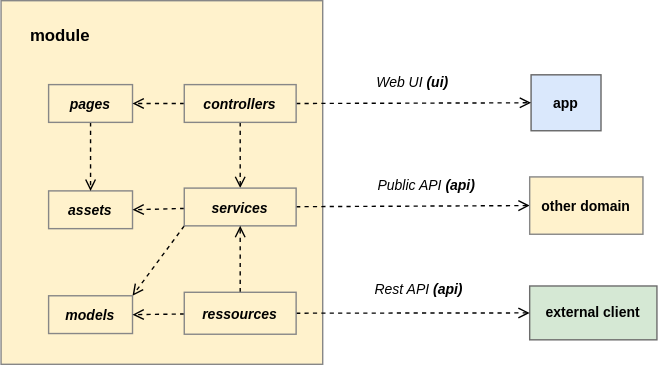
Before: docs/diagrams/pigal_module_structure.drawio.svg, a diagram exported from draw.io (MalcomChumchouaPenda/Pigal-Flask). Source tidied: cells renumbered, new cells last; positions are measured from the earlier drawing's top-left corner, leaving out a move shared by most shapes.
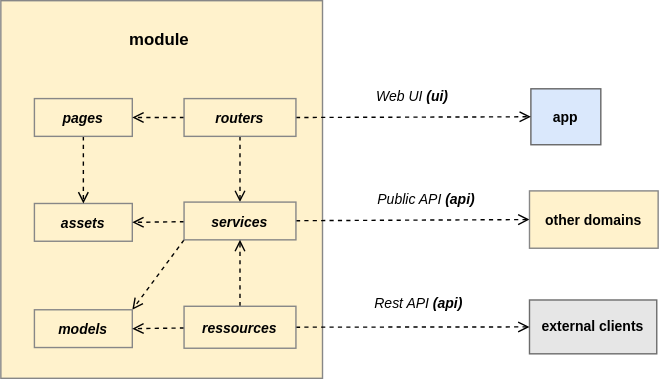
Later version of the same file.

The edit, as a diff of the source:
```diff
@@ -3,24 +3,24 @@
     <mxCell id="0" />
     <mxCell id="1" parent="0" />
     <mxCell id="2" style="rounded=0;whiteSpace=wrap;html=1;fillColor=#FFF2CC;strokeColor=#878787;fontSize=12;" parent="1" vertex="1">
-      <mxGeometry width="230" height="260" as="geometry" />
+      <mxGeometry y="-10" width="230" height="270" as="geometry" />
     </mxCell>
     <mxCell id="3" value="module" style="text;html=1;strokeColor=none;fillColor=none;align=center;verticalAlign=middle;whiteSpace=wrap;rounded=0;fontStyle=1;fontSize=12;" parent="1" vertex="1">
-      <mxGeometry x="12" y="10" width="61" height="30" as="geometry" />
+      <mxGeometry x="82.5" y="3" width="61" height="30" as="geometry" />
     </mxCell>
     <mxCell id="4" value="assets" style="rounded=0;whiteSpace=wrap;html=1;fillColor=none;fontStyle=3;fontSize=10;strokeColor=#878787;strokeWidth=1;flipV=1;" parent="1" vertex="1">
-      <mxGeometry x="34" y="136" width="60" height="27" as="geometry" />
+      <mxGeometry x="24" y="135" width="70" height="27" as="geometry" />
     </mxCell>
     <mxCell id="5" style="edgeStyle=none;html=1;entryX=0.5;entryY=0;entryDx=0;entryDy=0;dashed=1;endArrow=open;endFill=0;" parent="1" edge="1" source="6" target="4">
       <mxGeometry relative="1" as="geometry" />
     </mxCell>
     <mxCell id="6" value="pages" style="rounded=0;whiteSpace=wrap;html=1;fillColor=none;fontStyle=3;fontSize=10;strokeColor=#878787;strokeWidth=1;flipV=1;" parent="1" vertex="1">
-      <mxGeometry x="34" y="60" width="60" height="27" as="geometry" />
+      <mxGeometry x="24" y="60" width="70" height="27" as="geometry" />
     </mxCell>
     <mxCell id="7" value="app" style="rounded=0;whiteSpace=wrap;html=1;fillColor=#dae8fc;fontStyle=1;fontSize=10;strokeColor=#666666;strokeWidth=1;" parent="1" vertex="1">
       <mxGeometry x="379" y="53" width="50" height="40" as="geometry" />
     </mxCell>
-    <mxCell id="8" value="external client" style="rounded=0;whiteSpace=wrap;html=1;fillColor=#d5e8d4;fontStyle=1;fontSize=10;strokeColor=#6C6C6C;strokeWidth=1;" parent="1" vertex="1">
+    <mxCell id="8" value="external clients" style="rounded=0;whiteSpace=wrap;html=1;fillColor=#E6E6E6;fontStyle=1;fontSize=10;strokeColor=#6C6C6C;strokeWidth=1;" parent="1" vertex="1">
       <mxGeometry x="378" y="204" width="91" height="38.5" as="geometry" />
     </mxCell>
     <mxCell id="9" style="edgeStyle=none;html=1;exitX=0.5;exitY=1;exitDx=0;exitDy=0;entryX=0.5;entryY=0;entryDx=0;entryDy=0;dashed=1;endArrow=open;endFill=0;" parent="1" edge="1" source="12" target="16">
@@ -48,7 +48,7 @@
       <mxGeometry x="131" y="134" width="80" height="27" as="geometry" />
     </mxCell>
     <mxCell id="17" value="models" style="rounded=0;whiteSpace=wrap;html=1;fillColor=none;fontStyle=3;fontSize=10;strokeColor=#878787;strokeWidth=1;flipV=1;" parent="1" vertex="1">
-      <mxGeometry x="34" y="211" width="60" height="27" as="geometry" />
+      <mxGeometry x="24" y="211" width="70" height="27" as="geometry" />
     </mxCell>
     <mxCell id="18" value="&lt;span style=&quot;font-weight: normal;&quot;&gt;Web UI &lt;/span&gt;(ui)" style="rounded=0;whiteSpace=wrap;html=1;fillColor=none;fontStyle=3;fontSize=10;strokeColor=none;strokeWidth=1;dashed=1;" parent="1" vertex="1">
       <mxGeometry x="259" y="44" width="71" height="27" as="geometry" />
@@ -65,8 +65,8 @@
     <mxCell id="22" value="ressources" style="rounded=0;whiteSpace=wrap;html=1;fillColor=none;fontStyle=3;fontSize=10;strokeColor=#878787;strokeWidth=1;flipV=1;" parent="1" vertex="1">
       <mxGeometry x="131" y="208.5" width="80" height="30" as="geometry" />
     </mxCell>
-    <mxCell id="23" value="other domain" style="rounded=0;whiteSpace=wrap;html=1;fillColor=#FFF2CC;fontStyle=1;fontSize=10;strokeColor=#878787;strokeWidth=1;flipV=1;" parent="1" vertex="1">
-      <mxGeometry x="378" y="126" width="81" height="41" as="geometry" />
+    <mxCell id="23" value="other domains" style="rounded=0;whiteSpace=wrap;html=1;fillColor=#FFF2CC;fontStyle=1;fontSize=10;strokeColor=#878787;strokeWidth=1;flipV=1;" parent="1" vertex="1">
+      <mxGeometry x="378" y="126" width="92" height="41" as="geometry" />
     </mxCell>
     <mxCell id="24" value="&lt;span style=&quot;font-weight: normal;&quot;&gt;Public API&lt;/span&gt; (api)" style="rounded=0;whiteSpace=wrap;html=1;fillColor=none;fontStyle=3;fontSize=10;strokeColor=none;strokeWidth=1;dashed=1;" parent="1" vertex="1">
       <mxGeometry x="259" y="118" width="91" height="27" as="geometry" />
```
